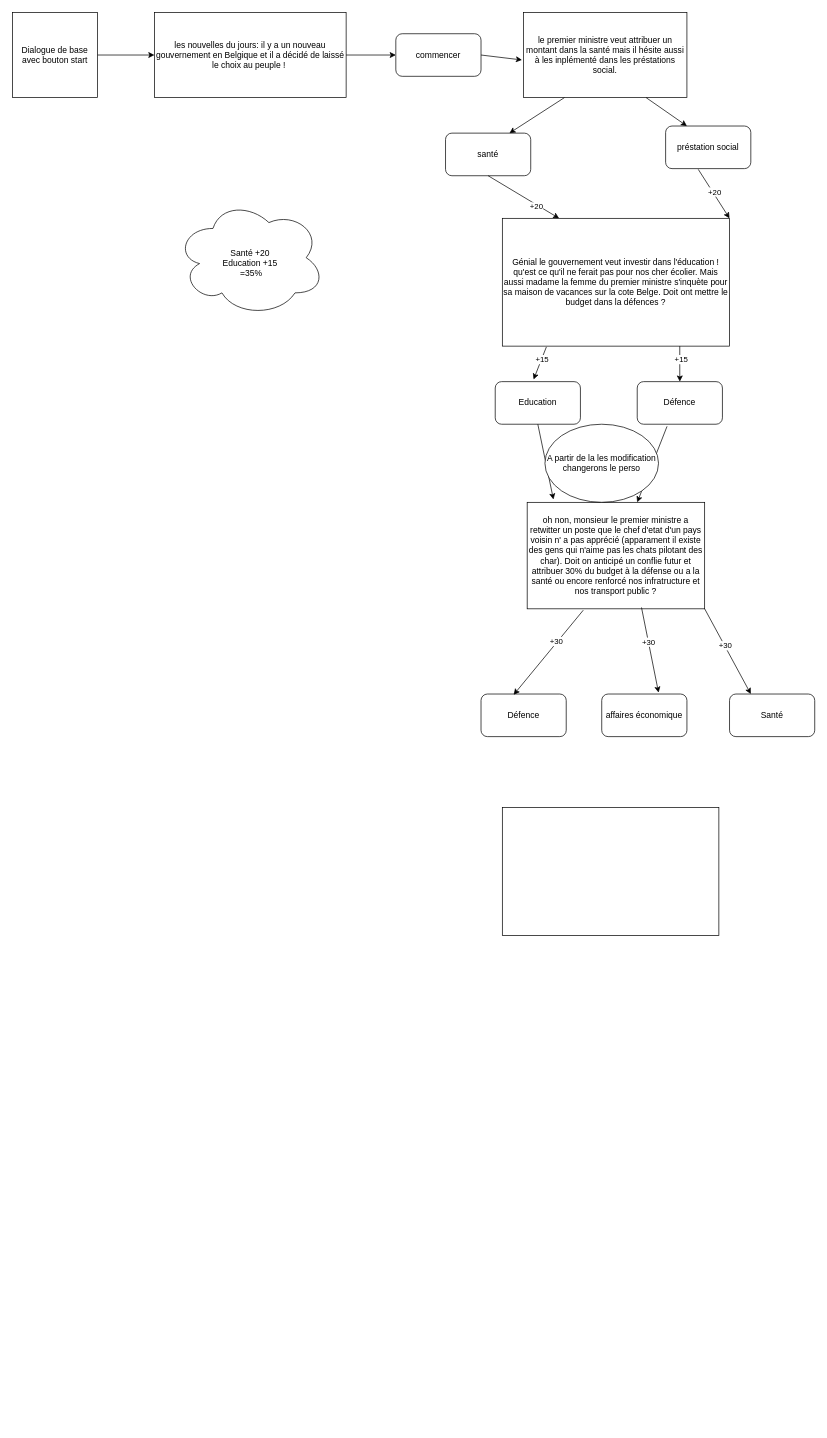
ozpocv/HACKATHON-MyGouvernement.be keeps this draw.io diagram as dialogues pas fini.drawio. Above is the earlier version. Source tidied: cells renumbered, new cells numbered last; positions are measured from the earlier drawing's top-left corner, leaving out a move shared by most shapes. Both pictures are drawn from the tidied source at 71%, with x=0, y=0 at pixel (12, 12).
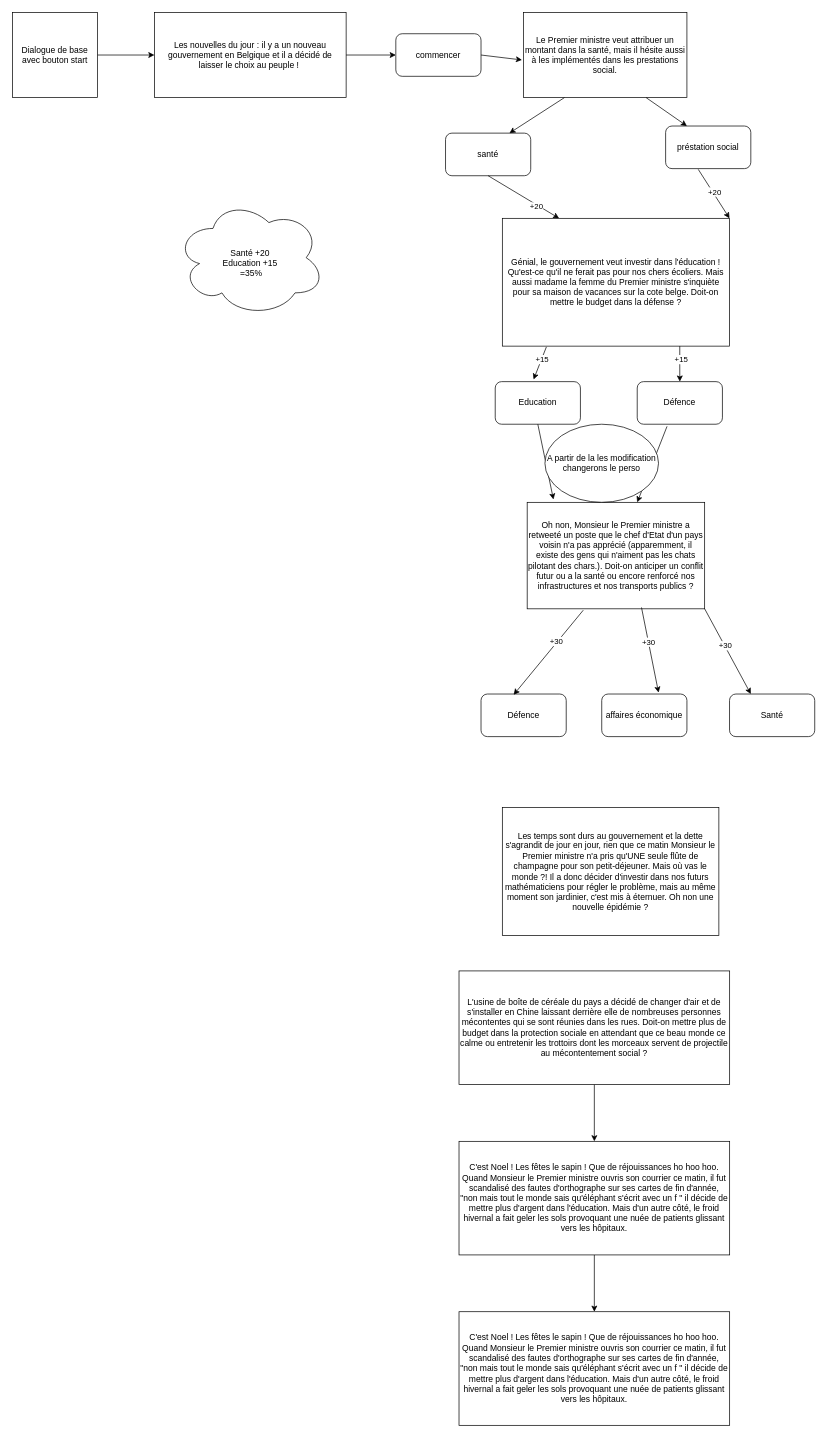
After the change.

What changed in the source:
```diff
@@
-    <mxCell id="4" value="les nouvelles du jours: il y a un nouveau gouvernement en Belgique et il a décidé de laissé le choix au peuple !&amp;nbsp;" style="rounded=0;whiteSpace=wrap;html=1;" parent="1" vertex="1">
+    <mxCell id="4" value="Les nouvelles du jour : il y a un nouveau gouvernement en Belgique et il a décidé de laisser le choix au peuple !&amp;nbsp;" style="rounded=0;whiteSpace=wrap;html=1;" parent="1" vertex="1">
       <mxGeometry x="200" width="270" height="120" as="geometry" />
     </mxCell>
@@
-    <mxCell id="7" value="le premier ministre veut attribuer un montant dans la santé mais il hésite aussi à les inplémenté dans les préstations social." style="rounded=0;whiteSpace=wrap;html=1;" parent="1" vertex="1">
+    <mxCell id="7" value="Le Premier ministre veut attribuer un montant dans la santé, mais il hésite aussi à les implémentés dans les prestations social." style="rounded=0;whiteSpace=wrap;html=1;" parent="1" vertex="1">
       <mxGeometry x="720" width="230" height="120" as="geometry" />
     </mxCell>
@@
-    <mxCell id="15" value="Génial le gouvernement veut investir dans l'éducation ! qu'est ce qu'il ne ferait pas pour nos cher écolier. Mais aussi madame la femme du premier ministre s'inquète pour sa maison de vacances sur la cote Belge. Doit ont mettre le budget dans la défences ?" style="rounded=0;whiteSpace=wrap;html=1;" parent="1" vertex="1">
+    <mxCell id="15" value="Génial, le gouvernement veut investir dans l'éducation ! Qu'est-ce qu'il ne ferait pas pour nos chers écoliers. Mais aussi madame la femme du Premier ministre s'inquiète pour sa maison de vacances sur la cote belge. Doit-on mettre le budget dans la défense ?" style="rounded=0;whiteSpace=wrap;html=1;" parent="1" vertex="1">
       <mxGeometry x="690" y="290" width="320" height="180" as="geometry" />
     </mxCell>
@@
-    <mxCell id="24" value="oh non, monsieur le premier ministre a retwitter un poste que le chef d'etat d'un pays voisin n' a pas apprécié (apparament il existe des gens qui n'aime pas les chats pilotant des char). Doit on anticipé un conflie futur et attribuer 30% du budget à la défense ou a la santé ou encore renforcé nos infratructure et nos transport public ?" style="rounded=0;whiteSpace=wrap;html=1;" parent="1" vertex="1">
+    <mxCell id="24" value="Oh non, Monsieur le Premier ministre a retweeté un poste que le chef d'Etat d'un pays voisin n'a pas apprécié (apparemment, il existe des gens qui n'aiment pas les chats pilotant des chars.). Doit-on anticiper un conflit futur ou a la santé ou encore renforcé nos infrastructures et nos transports publics ?" style="rounded=0;whiteSpace=wrap;html=1;" parent="1" vertex="1">
       <mxGeometry x="725" y="690" width="250" height="150" as="geometry" />
     </mxCell>
@@
-    <mxCell id="38" style="rounded=0;whiteSpace=wrap;html=1;" parent="1" vertex="1">
+    <mxCell id="38" value="Les temps sont durs au gouvernement et la dette s'agrandit de jour en jour, rien que ce matin Monsieur le Premier ministre n'a pris qu'UNE seule flûte de champagne pour son petit-déjeuner. Mais où vas le monde ?! Il a donc décider d'investir dans nos futurs mathématiciens pour régler le problème, mais au même moment son jardinier, c'est mis à éternuer. Oh non une nouvelle épidémie ?" style="rounded=0;whiteSpace=wrap;html=1;" parent="1" vertex="1">
       <mxGeometry x="690" y="1120" width="305" height="180" as="geometry" />
     </mxCell>
+    <mxCell id="39" style="edgeStyle=orthogonalEdgeStyle;rounded=0;jettySize=auto;html=1;" parent="1" edge="1" source="40" target="42">
+      <mxGeometry relative="1" as="geometry" />
+    </mxCell>
+    <mxCell id="40" value="L'usine de boîte de céréale du pays a décidé de changer d'air et de s'installer en Chine laissant derrière elle de nombreuses personnes mécontentes qui se sont réunies dans les rues. Doit-on mettre plus de budget dans la protection sociale en attendant que ce beau monde ce calme ou entretenir les trottoirs dont les morceaux servent de projectile au mécontentement social ?" style="whiteSpace=wrap;html=1;rounded=0;" parent="1" vertex="1">
+      <mxGeometry x="629" y="1350" width="381.2" height="160" as="geometry" />
+    </mxCell>
+    <mxCell id="41" style="edgeStyle=orthogonalEdgeStyle;rounded=0;jettySize=auto;html=1;" parent="1" edge="1" source="42" target="43">
+      <mxGeometry relative="1" as="geometry" />
+    </mxCell>
+    <mxCell id="42" value="C'est Noel ! Les fêtes le sapin ! Que de réjouissances ho hoo hoo. Quand Monsieur le Premier ministre ouvris son courrier ce matin, il fut scandalisé des fautes d'orthographe sur ses cartes de fin d'année, &quot;non mais tout le monde sais qu'éléphant s'écrit avec un f &quot; il décide de mettre plus d'argent dans l'éducation. Mais d'un autre côté, le froid hivernal a fait geler les sols provoquant une nuée de patients glissant vers les hôpitaux." style="whiteSpace=wrap;html=1;rounded=0;" parent="1" vertex="1">
+      <mxGeometry x="629" y="1590" width="381.2" height="160" as="geometry" />
+    </mxCell>
+    <mxCell id="43" value="C'est Noel ! Les fêtes le sapin ! Que de réjouissances ho hoo hoo. Quand Monsieur le Premier ministre ouvris son courrier ce matin, il fut scandalisé des fautes d'orthographe sur ses cartes de fin d'année, &quot;non mais tout le monde sais qu'éléphant s'écrit avec un f &quot; il décide de mettre plus d'argent dans l'éducation. Mais d'un autre côté, le froid hivernal a fait geler les sols provoquant une nuée de patients glissant vers les hôpitaux." style="whiteSpace=wrap;html=1;rounded=0;" parent="1" vertex="1">
+      <mxGeometry x="629" y="1830" width="381.2" height="160" as="geometry" />
+    </mxCell>
```
